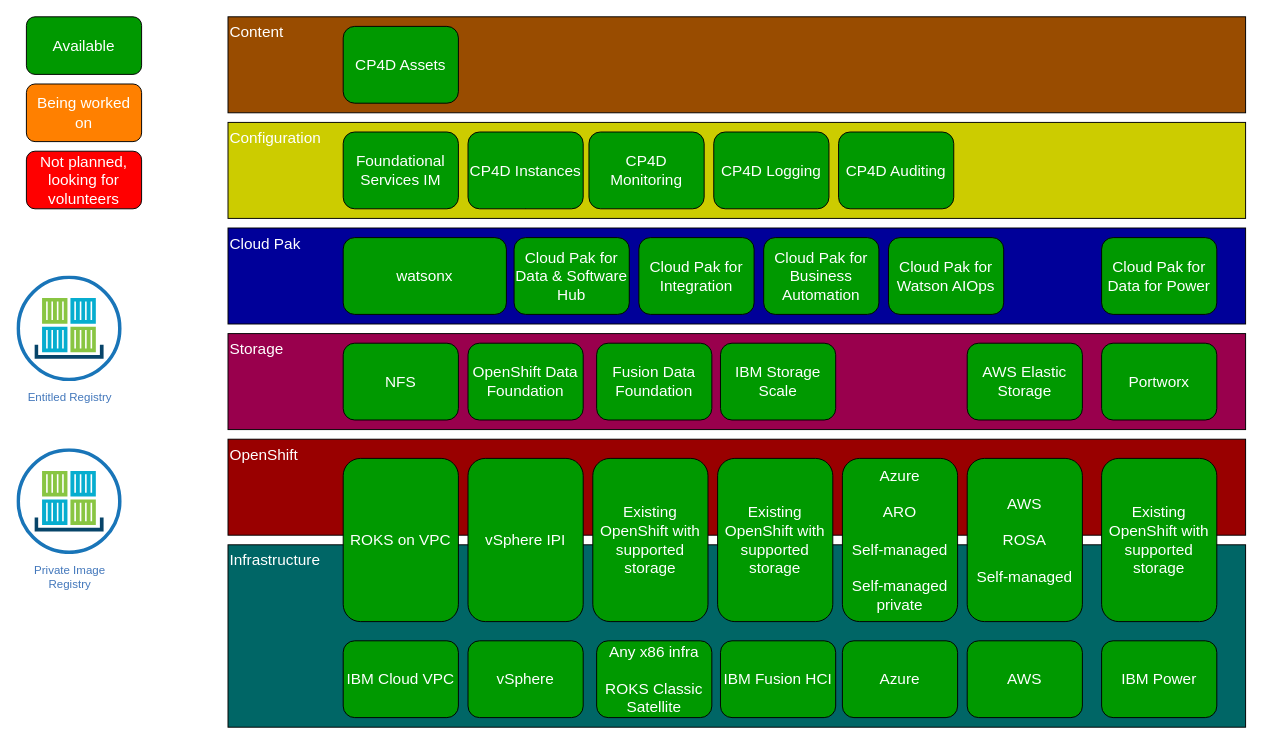
Before: docs/src/01-introduction/images/cp-deploy-current-state.drawio in CloudPakDeployerDev/cloud-pak-deployer-dev, a draw.io diagram. Source tidied: cells renumbered, new cells numbered last; positions are measured from the earlier drawing's top-left corner, leaving out a move shared by most shapes. Both pictures are drawn from the tidied source at 96%, with x=0, y=0 at pixel (16, 16).
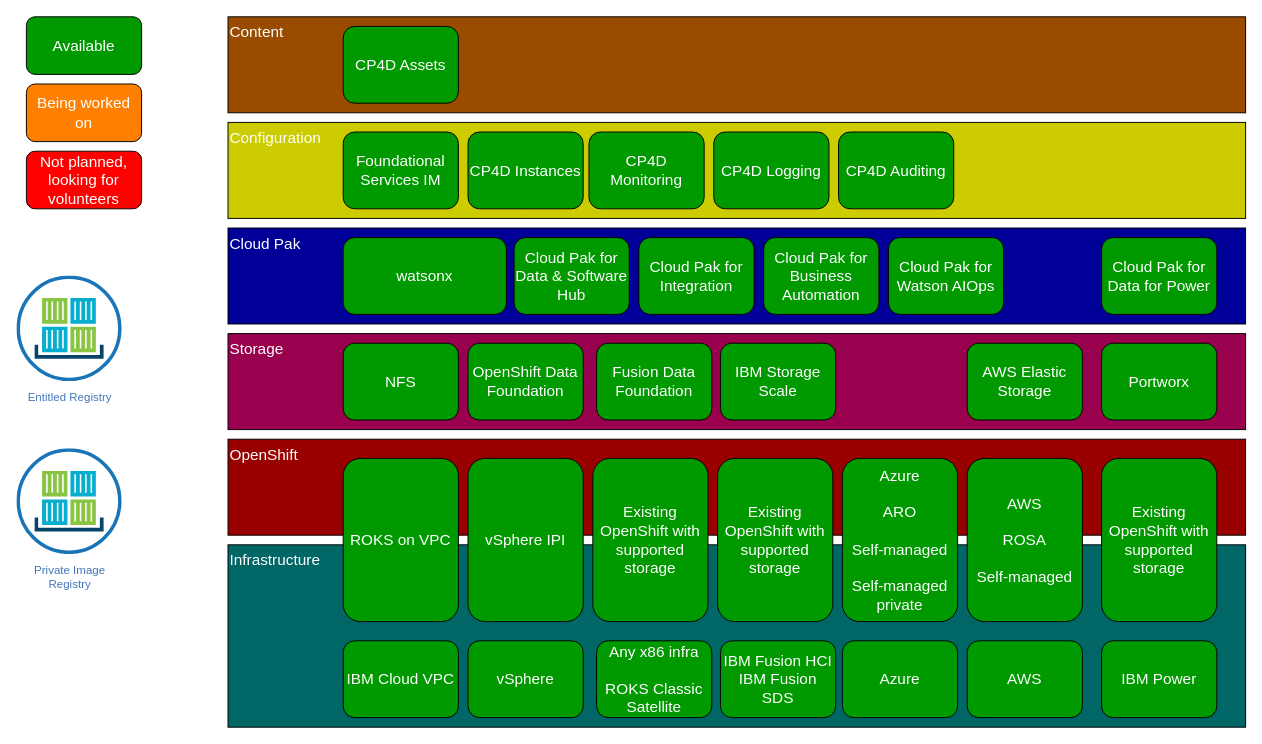
The same diagram, later.

Commit message (it also covers changes not shown here):
#913 Current state should include SDS

Diff of the diagram source:
```diff
@@
-    <mxCell id="19" value="IBM Fusion HCI" style="rounded=1;whiteSpace=wrap;html=1;fontSize=16;fontColor=#FFFFFF;fillColor=#009900;align=center;verticalAlign=middle;" parent="14" vertex="1">
+    <mxCell id="19" value="IBM Fusion HCI&lt;div&gt;IBM Fusion SDS&lt;/div&gt;" style="rounded=1;whiteSpace=wrap;html=1;fontSize=16;fontColor=#FFFFFF;fillColor=#009900;align=center;verticalAlign=middle;" parent="14" vertex="1">
       <mxGeometry x="733" y="650" width="120" height="80" as="geometry" />
     </mxCell>
```
